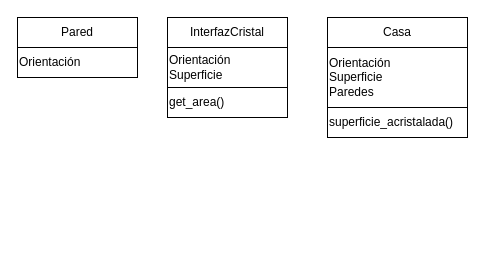
Before: UML/alternativa.drawio in pelahumi/Agregacion_composicion, a draw.io diagram. Source tidied: cells renumbered, new cells numbered last; positions are measured from the earlier drawing's top-left corner, leaving out a move shared by most shapes. Both pictures are drawn from the tidied source at 100%, with x=0, y=0 at pixel (17, 17).
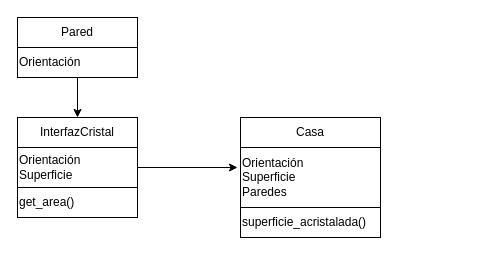
The same diagram, later.

Diff of the diagram source:
```diff
@@
 <mxGraphModel>
   <root>
     <mxCell id="0" />
     <mxCell id="1" parent="0" />
     <mxCell id="2" value="Casa" style="rounded=0;whiteSpace=wrap;html=1;" parent="1" vertex="1">
-      <mxGeometry x="310" width="140" height="30" as="geometry" />
+      <mxGeometry x="223" y="100" width="140" height="30" as="geometry" />
     </mxCell>
     <mxCell id="3" value="get_area()" style="rounded=0;whiteSpace=wrap;html=1;align=left;" parent="1" vertex="1">
-      <mxGeometry x="150" y="70" width="120" height="30" as="geometry" />
+      <mxGeometry y="170" width="120" height="30" as="geometry" />
     </mxCell>
+    <mxCell id="10" style="edgeStyle=none;html=1;exitX=1;exitY=0.5;exitDx=0;exitDy=0;" parent="1" edge="1" source="4">
+      <mxGeometry relative="1" as="geometry">
+        <mxPoint x="220" y="150" as="targetPoint" />
+      </mxGeometry>
+    </mxCell>
     <mxCell id="4" value="Orientación&lt;br&gt;Superficie" style="rounded=0;whiteSpace=wrap;html=1;align=left;" parent="1" vertex="1">
-      <mxGeometry x="150" y="30" width="120" height="40" as="geometry" />
+      <mxGeometry y="130" width="120" height="40" as="geometry" />
     </mxCell>
+    <mxCell id="11" style="edgeStyle=none;html=1;exitX=0.5;exitY=1;exitDx=0;exitDy=0;entryX=0.5;entryY=0;entryDx=0;entryDy=0;" parent="1" edge="1" source="5" target="7">
+      <mxGeometry relative="1" as="geometry" />
+    </mxCell>
     <mxCell id="5" value="Orientación" style="rounded=0;whiteSpace=wrap;html=1;align=left;" parent="1" vertex="1">
       <mxGeometry y="30" width="120" height="30" as="geometry" />
     </mxCell>
     <mxCell id="6" value="Pared" style="rounded=0;whiteSpace=wrap;html=1;" parent="1" vertex="1">
       <mxGeometry width="120" height="30" as="geometry" />
     </mxCell>
     <mxCell id="7" value="InterfazCristal" style="rounded=0;whiteSpace=wrap;html=1;" parent="1" vertex="1">
-      <mxGeometry x="150" width="120" height="30" as="geometry" />
+      <mxGeometry y="100" width="120" height="30" as="geometry" />
     </mxCell>
     <mxCell id="8" value="Orientación&lt;br&gt;Superficie&lt;br&gt;Paredes" style="rounded=0;whiteSpace=wrap;html=1;align=left;" parent="1" vertex="1">
-      <mxGeometry x="310" y="30" width="140" height="60" as="geometry" />
+      <mxGeometry x="223" y="130" width="140" height="60" as="geometry" />
     </mxCell>
     <mxCell id="9" value="superficie_acristalada()" style="rounded=0;whiteSpace=wrap;html=1;align=left;" parent="1" vertex="1">
-      <mxGeometry x="310" y="90" width="140" height="30" as="geometry" />
+      <mxGeometry x="223" y="190" width="140" height="30" as="geometry" />
     </mxCell>
   </root>
 </mxGraphModel>
```
